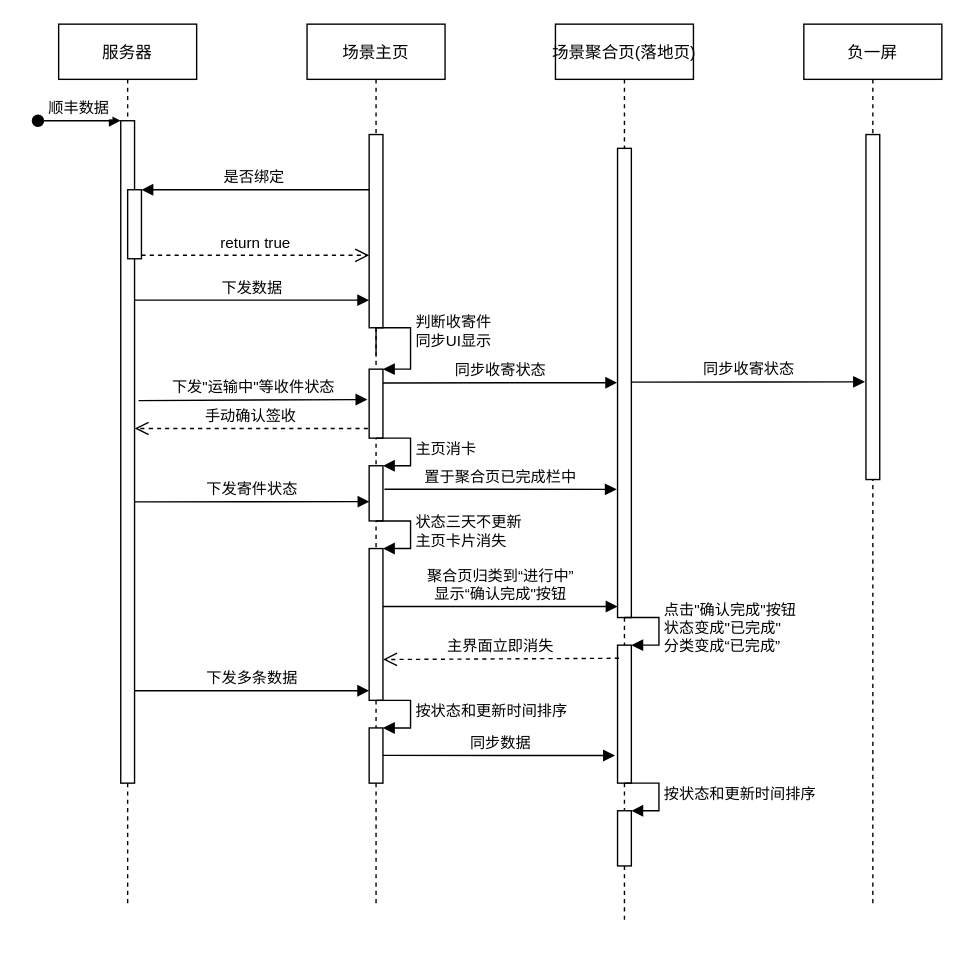
Earlier version of the draw.io diagram Untitled Diagram.drawio (MomentLike/gitskills). Source tidied: cells renumbered, new cells numbered last; positions are measured from the earlier drawing's top-left corner, leaving out a move shared by most shapes. Both pictures are drawn from the tidied source at 138%, with x=0, y=0 at pixel (37, 23).
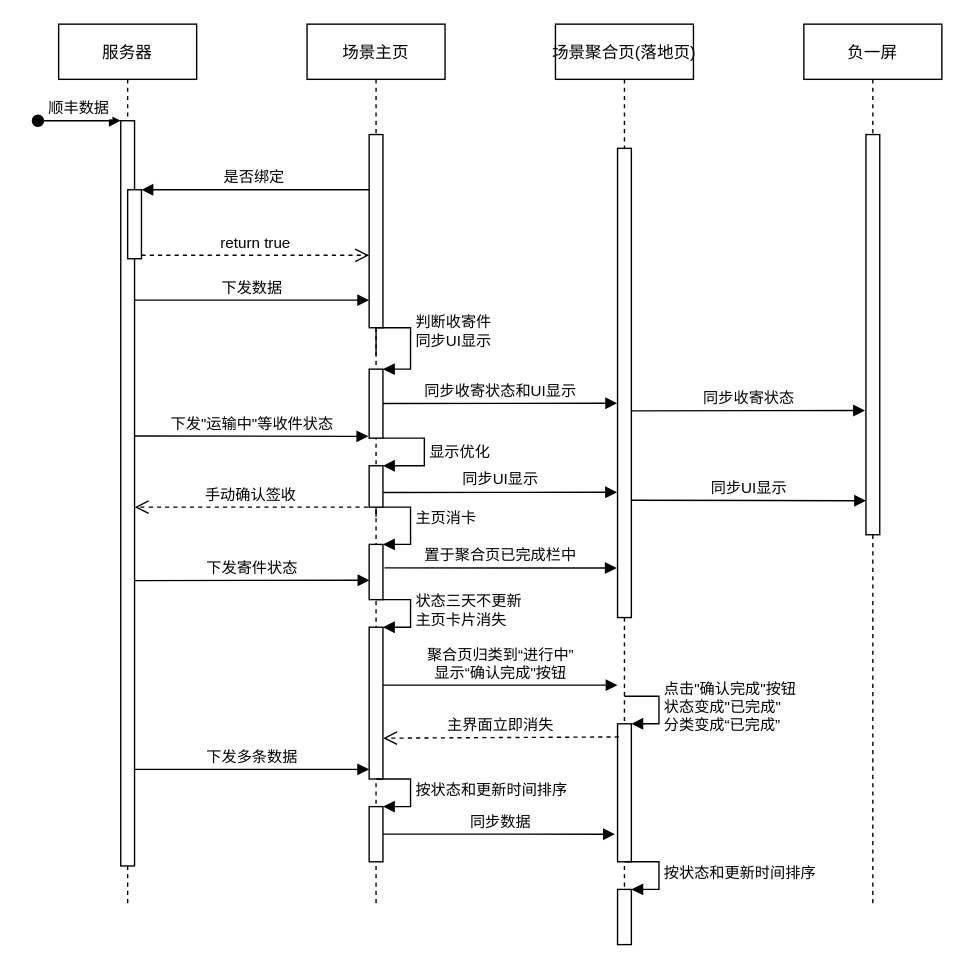
The same page after the edit.

Unchanged cells that the change refers to:
```xml
<mxCell id="2" value="服务器" style="shape=umlLifeline;perimeter=lifelinePerimeter;rounded=0;shadow=0;strokeWidth=1;" parent="1" vertex="1">
  <mxGeometry x="15" width="100" height="640" as="geometry" />
</mxCell>
<mxCell id="6" value="场景主页" style="shape=umlLifeline;perimeter=lifelinePerimeter;rounded=0;shadow=0;strokeWidth=1;" parent="1" vertex="1">
  <mxGeometry x="195" width="100" height="640" as="geometry" />
</mxCell>
<mxCell id="8" style="html=1;points=[];perimeter=orthogonalPerimeter;" parent="6" vertex="1">
  <mxGeometry x="45" y="250" width="10" height="50" as="geometry" />
</mxCell>
<mxCell id="20" value="场景聚合页(落地页)" style="shape=umlLifeline;perimeter=lifelinePerimeter;rounded=0;shadow=0;strokeWidth=1;" parent="1" vertex="1">
  <mxGeometry x="375" width="100" height="650" as="geometry" />
</mxCell>
<mxCell id="21" style="points=[];perimeter=orthogonalPerimeter;rounded=0;shadow=0;strokeWidth=1;" parent="20" vertex="1">
  <mxGeometry x="45" y="90" width="10" height="340" as="geometry" />
</mxCell>
<mxCell id="26" value="负一屏" style="shape=umlLifeline;perimeter=lifelinePerimeter;rounded=0;shadow=0;strokeWidth=1;" parent="1" vertex="1">
  <mxGeometry x="555" width="100" height="640" as="geometry" />
</mxCell>
```

The edit, as a diff of the source:
```diff
@@
     <mxCell id="3" style="points=[];perimeter=orthogonalPerimeter;rounded=0;shadow=0;strokeWidth=1;" parent="2" vertex="1">
-      <mxGeometry x="45" y="70" width="10" height="480" as="geometry" />
+      <mxGeometry x="45" y="70" width="10" height="540" as="geometry" />
     </mxCell>
@@
     <mxCell id="10" style="html=1;points=[];perimeter=orthogonalPerimeter;" parent="6" vertex="1">
-      <mxGeometry x="45" y="320" width="10" height="40" as="geometry" />
+      <mxGeometry x="45" y="377" width="10" height="40" as="geometry" />
     </mxCell>
     <mxCell id="11" value="主页消卡" style="edgeStyle=orthogonalEdgeStyle;html=1;align=left;spacingLeft=2;endArrow=block;rounded=0;entryX=1;entryY=0;" parent="6" edge="1" target="10">
       <mxGeometry relative="1" as="geometry">
-        <mxPoint x="50" y="300" as="sourcePoint" />
+        <mxPoint x="50" y="357" as="sourcePoint" />
         <Array as="points">
-          <mxPoint x="75" y="300" />
+          <mxPoint x="50" y="350" />
+          <mxPoint x="75" y="350" />
+          <mxPoint x="75" y="377" />
         </Array>
       </mxGeometry>
     </mxCell>
     <mxCell id="12" style="html=1;points=[];perimeter=orthogonalPerimeter;" parent="6" vertex="1">
-      <mxGeometry x="45" y="380" width="10" height="110" as="geometry" />
+      <mxGeometry x="45" y="437" width="10" height="110" as="geometry" />
     </mxCell>
     <mxCell id="13" value="状态三天不更新&lt;br&gt;主页卡片消失&lt;br&gt;" style="edgeStyle=orthogonalEdgeStyle;html=1;align=left;spacingLeft=2;endArrow=block;rounded=0;entryX=1;entryY=0;" parent="6" edge="1" target="12">
       <mxGeometry relative="1" as="geometry">
-        <mxPoint x="50" y="360" as="sourcePoint" />
+        <mxPoint x="50" y="417" as="sourcePoint" />
         <Array as="points">
-          <mxPoint x="75" y="360" />
+          <mxPoint x="75" y="417" />
         </Array>
       </mxGeometry>
     </mxCell>
-    <mxCell id="14" value="同步收寄状态" style="html=1;verticalAlign=bottom;endArrow=block;entryX=-0.033;entryY=0.54;entryDx=0;entryDy=0;entryPerimeter=0;" parent="6" edge="1">
+    <mxCell id="14" value="同步收寄状态和UI显示" style="html=1;verticalAlign=bottom;endArrow=block;entryX=-0.033;entryY=0.54;entryDx=0;entryDy=0;entryPerimeter=0;" parent="6" edge="1">
       <mxGeometry relative="1" as="geometry">
-        <mxPoint x="55" y="260" as="sourcePoint" />
-        <mxPoint x="224.7" y="259.8" as="targetPoint" />
+        <mxPoint x="55" y="274.9" as="sourcePoint" />
+        <mxPoint x="224.7" y="274.7" as="targetPoint" />
       </mxGeometry>
     </mxCell>
     <mxCell id="15" style="html=1;points=[];perimeter=orthogonalPerimeter;" parent="6" vertex="1">
-      <mxGeometry x="45" y="510" width="10" height="40" as="geometry" />
+      <mxGeometry x="45" y="567" width="10" height="40" as="geometry" />
     </mxCell>
     <mxCell id="16" value="按状态和更新时间排序" style="edgeStyle=orthogonalEdgeStyle;html=1;align=left;spacingLeft=2;endArrow=block;rounded=0;entryX=1;entryY=0;" parent="6" edge="1" target="15">
       <mxGeometry relative="1" as="geometry">
-        <mxPoint x="50" y="490" as="sourcePoint" />
+        <mxPoint x="50" y="547" as="sourcePoint" />
         <Array as="points">
-          <mxPoint x="75" y="490" />
+          <mxPoint x="75" y="547" />
         </Array>
       </mxGeometry>
     </mxCell>
     <mxCell id="17" value="同步数据" style="html=1;verticalAlign=bottom;endArrow=block;" parent="6" edge="1">
       <mxGeometry x="0.01" relative="1" as="geometry">
-        <mxPoint x="55" y="529.9" as="sourcePoint" />
-        <mxPoint x="223.1" y="530" as="targetPoint" />
+        <mxPoint x="55" y="586.9" as="sourcePoint" />
+        <mxPoint x="223.1" y="587" as="targetPoint" />
       </mxGeometry>
     </mxCell>
+    <mxCell id="37" style="html=1;points=[];perimeter=orthogonalPerimeter;" parent="6" vertex="1">
+      <mxGeometry x="45" y="320" width="10" height="30" as="geometry" />
+    </mxCell>
+    <mxCell id="38" value="显示优化" style="edgeStyle=orthogonalEdgeStyle;html=1;align=left;spacingLeft=2;endArrow=block;rounded=0;entryX=1;entryY=0;" parent="6" edge="1" target="37">
+      <mxGeometry relative="1" as="geometry">
+        <mxPoint x="55" y="300" as="sourcePoint" />
+        <Array as="points">
+          <mxPoint x="85" y="300" />
+        </Array>
+      </mxGeometry>
+    </mxCell>
@@
     <mxCell id="22" style="html=1;points=[];perimeter=orthogonalPerimeter;" parent="20" vertex="1">
-      <mxGeometry x="45" y="450" width="10" height="100" as="geometry" />
+      <mxGeometry x="45" y="507" width="10" height="100" as="geometry" />
     </mxCell>
     <mxCell id="23" value="点击&quot;确认完成&quot;按钮&lt;br&gt;状态变成&quot;已完成&quot;&lt;br&gt;分类变成“已完成”" style="edgeStyle=orthogonalEdgeStyle;html=1;align=left;spacingLeft=2;endArrow=block;rounded=0;entryX=1;entryY=0;" parent="20" edge="1" target="22">
       <mxGeometry relative="1" as="geometry">
-        <mxPoint x="50" y="430" as="sourcePoint" />
+        <mxPoint x="50" y="487" as="sourcePoint" />
         <Array as="points">
-          <mxPoint x="75" y="430" />
+          <mxPoint x="75" y="487" />
         </Array>
       </mxGeometry>
     </mxCell>
     <mxCell id="24" style="html=1;points=[];perimeter=orthogonalPerimeter;" parent="20" vertex="1">
-      <mxGeometry x="45" y="570" width="10" height="40" as="geometry" />
+      <mxGeometry x="45" y="627" width="10" height="40" as="geometry" />
     </mxCell>
     <mxCell id="25" value="按状态和更新时间排序" style="edgeStyle=orthogonalEdgeStyle;html=1;align=left;spacingLeft=2;endArrow=block;rounded=0;entryX=1;entryY=0;" parent="20" edge="1" target="24">
       <mxGeometry relative="1" as="geometry">
-        <mxPoint x="50" y="550" as="sourcePoint" />
+        <mxPoint x="50" y="607" as="sourcePoint" />
         <Array as="points">
-          <mxPoint x="75" y="550" />
+          <mxPoint x="75" y="607" />
         </Array>
       </mxGeometry>
     </mxCell>
@@
     <mxCell id="27" style="points=[];perimeter=orthogonalPerimeter;rounded=0;shadow=0;strokeWidth=1;" parent="26" vertex="1">
-      <mxGeometry x="45" y="80" width="10" height="250" as="geometry" />
+      <mxGeometry x="45" y="80" width="10" height="290" as="geometry" />
     </mxCell>
@@
-    <mxCell id="29" value="下发&quot;运输中&quot;等收件状态" style="html=1;verticalAlign=bottom;endArrow=block;exitX=1.283;exitY=0.485;exitDx=0;exitDy=0;exitPerimeter=0;entryX=-0.129;entryY=0.44;entryDx=0;entryDy=0;entryPerimeter=0;" parent="1" edge="1" target="8">
-      <mxGeometry relative="1" as="geometry">
-        <mxPoint x="72.9" y="272.8" as="sourcePoint" />
-      </mxGeometry>
+    <mxCell id="29" value="下发&quot;运输中&quot;等收件状态" style="html=1;verticalAlign=bottom;endArrow=block;exitX=0.967;exitY=0.423;exitDx=0;exitDy=0;exitPerimeter=0;entryX=-0.063;entryY=0.974;entryDx=0;entryDy=0;entryPerimeter=0;" parent="1" edge="1" source="3" target="8">
+      <mxGeometry relative="1" as="geometry" />
     </mxCell>
     <mxCell id="30" value="手动确认签收" style="html=1;verticalAlign=bottom;endArrow=open;dashed=1;endSize=8;" parent="1" edge="1">
       <mxGeometry relative="1" as="geometry">
-        <mxPoint x="239.1" y="293" as="sourcePoint" />
-        <mxPoint x="70.1" y="293" as="targetPoint" />
+        <mxPoint x="239.1" y="350" as="sourcePoint" />
+        <mxPoint x="70.1" y="350" as="targetPoint" />
         <Array as="points">
-          <mxPoint x="105.1" y="293" />
-          <mxPoint x="85.1" y="293" />
+          <mxPoint x="105.1" y="350" />
+          <mxPoint x="85.1" y="350" />
         </Array>
       </mxGeometry>
     </mxCell>
     <mxCell id="31" value="下发寄件状态" style="html=1;verticalAlign=bottom;endArrow=block;entryX=0.02;entryY=0.65;entryDx=0;entryDy=0;entryPerimeter=0;exitX=0.995;exitY=0.638;exitDx=0;exitDy=0;exitPerimeter=0;" parent="1" edge="1" target="10">
       <mxGeometry relative="1" as="geometry">
-        <mxPoint x="70" y="346.2" as="sourcePoint" />
+        <mxPoint x="70" y="403.2" as="sourcePoint" />
       </mxGeometry>
     </mxCell>
     <mxCell id="32" value="&lt;span style=&quot;text-align: left&quot;&gt;置于聚合页已完成栏中&lt;/span&gt;" style="html=1;verticalAlign=bottom;endArrow=block;entryX=-0.066;entryY=0.749;entryDx=0;entryDy=0;entryPerimeter=0;" parent="1" edge="1">
       <mxGeometry relative="1" as="geometry">
-        <mxPoint x="251.1" y="337" as="sourcePoint" />
-        <mxPoint x="419.4" y="337.1" as="targetPoint" />
+        <mxPoint x="251.1" y="394" as="sourcePoint" />
+        <mxPoint x="419.4" y="394.1" as="targetPoint" />
       </mxGeometry>
     </mxCell>
     <mxCell id="33" value="&lt;span style=&quot;text-align: left&quot;&gt;聚合页归类到“进行中”&lt;/span&gt;&lt;br style=&quot;text-align: left&quot;&gt;&lt;span style=&quot;text-align: left&quot;&gt;显示“确认完成&quot;按钮&lt;/span&gt;" style="html=1;verticalAlign=bottom;endArrow=block;" parent="1" edge="1" source="12">
       <mxGeometry relative="1" as="geometry">
-        <mxPoint x="420" y="422" as="targetPoint" />
+        <mxPoint x="420" y="479" as="targetPoint" />
       </mxGeometry>
     </mxCell>
@@
     <mxCell id="35" value="同步收寄状态" style="html=1;verticalAlign=bottom;endArrow=block;exitX=0.965;exitY=0.539;exitDx=0;exitDy=0;exitPerimeter=0;entryX=-0.074;entryY=0.837;entryDx=0;entryDy=0;entryPerimeter=0;" parent="1" edge="1">
       <mxGeometry relative="1" as="geometry">
-        <mxPoint x="429.7" y="259.4" as="sourcePoint" />
-        <mxPoint x="599.3" y="259.2" as="targetPoint" />
+        <mxPoint x="429.7" y="280.2" as="sourcePoint" />
+        <mxPoint x="599.3" y="280" as="targetPoint" />
       </mxGeometry>
     </mxCell>
     <mxCell id="36" value="下发多条数据" style="html=1;verticalAlign=bottom;endArrow=block;exitX=1.006;exitY=0.923;exitDx=0;exitDy=0;exitPerimeter=0;" parent="1" edge="1" target="12">
       <mxGeometry relative="1" as="geometry">
-        <mxPoint x="70.1" y="483" as="sourcePoint" />
+        <mxPoint x="70.1" y="540" as="sourcePoint" />
       </mxGeometry>
     </mxCell>
+    <mxCell id="39" value="同步UI显示" style="html=1;verticalAlign=bottom;endArrow=block;exitX=1.03;exitY=0.645;exitDx=0;exitDy=0;exitPerimeter=0;entryX=-0.039;entryY=0.733;entryDx=0;entryDy=0;entryPerimeter=0;" parent="1" edge="1" source="37" target="21">
+      <mxGeometry relative="1" as="geometry" />
+    </mxCell>
+    <mxCell id="40" value="同步UI显示" style="html=1;verticalAlign=bottom;endArrow=block;exitX=1.035;exitY=0.75;exitDx=0;exitDy=0;exitPerimeter=0;entryX=0.008;entryY=0.915;entryDx=0;entryDy=0;entryPerimeter=0;" parent="1" edge="1" source="21" target="27">
+      <mxGeometry relative="1" as="geometry" />
+    </mxCell>
```
